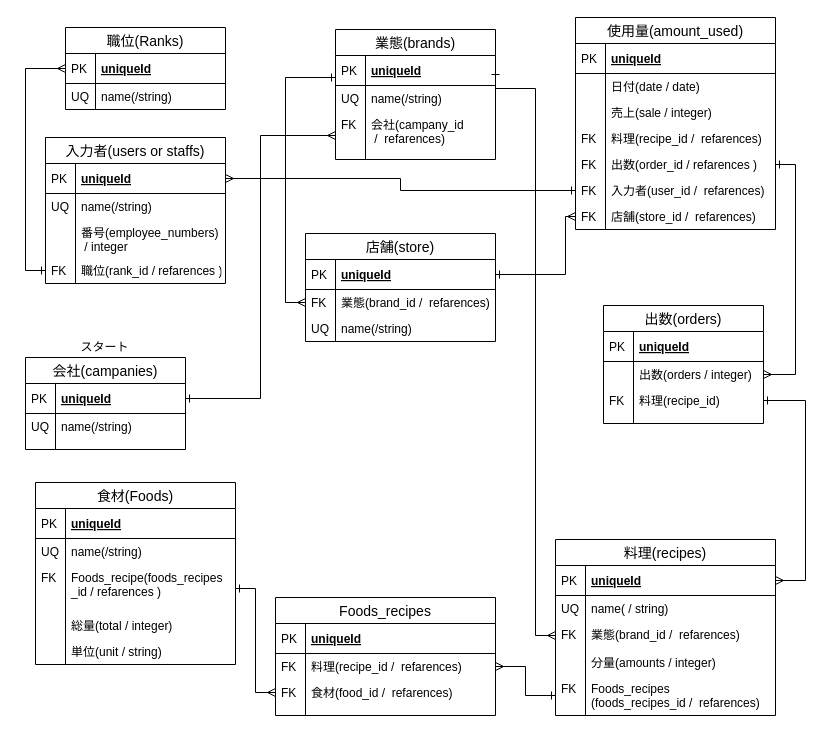
Before: usage.drawio in jinbo-0523/usage_calculation, a draw.io diagram. Source tidied: cells renumbered, new cells numbered last; positions are measured from the earlier drawing's top-left corner, leaving out a move shared by most shapes. Both pictures are drawn from the tidied source at 100%, with x=0, y=0 at pixel (25, 17).
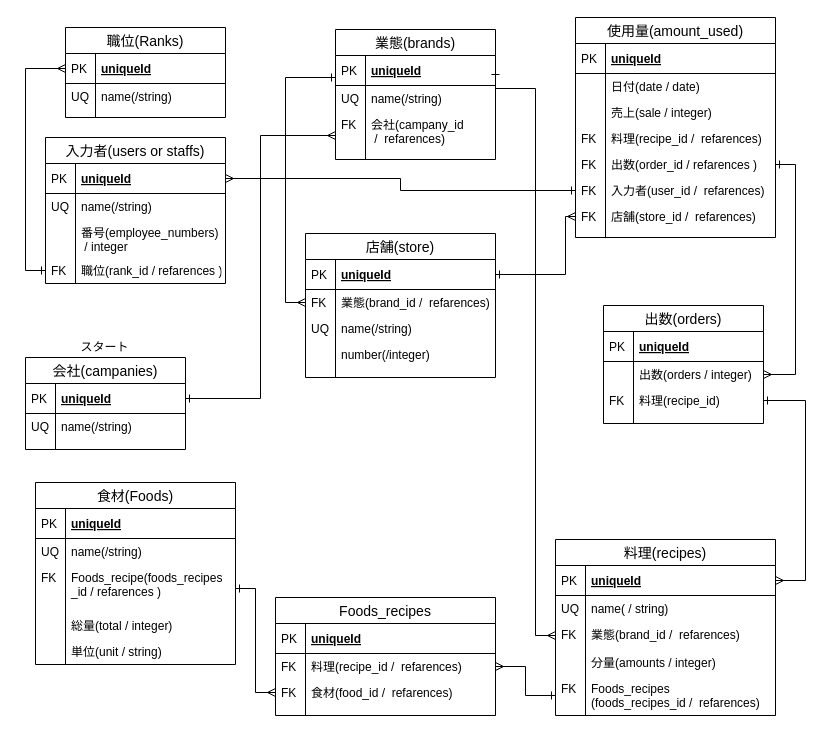
The same diagram, later.

Change to the diagram source:
```diff
@@
     <mxCell id="4" value="店舗(store)" style="swimlane;fontStyle=0;horizontal=1;startSize=26;align=center;fontSize=14;" parent="1" vertex="1">
-      <mxGeometry x="280" y="216" width="190" height="108" as="geometry" />
+      <mxGeometry x="280" y="216" width="190" height="144" as="geometry" />
     </mxCell>
@@
+    <mxCell id="103" value="name(/string)" style="shape=partialRectangle;top=0;left=0;right=0;bottom=0;align=left;verticalAlign=top;fillColor=none;spacingLeft=34;spacingRight=4;overflow=hidden;fontSize=12;" parent="4" vertex="1">
+      <mxGeometry y="82" width="190" height="26" as="geometry" />
+    </mxCell>
+    <mxCell id="104" value="UQ" style="shape=partialRectangle;top=0;left=0;bottom=0;fillColor=none;align=left;verticalAlign=top;spacingLeft=4;spacingRight=4;overflow=hidden;fontSize=12;" parent="103" vertex="1">
+      <mxGeometry width="30" height="26" as="geometry" />
+    </mxCell>
+    <mxCell id="105" value="number(/integer)" style="shape=partialRectangle;top=0;left=0;right=0;bottom=0;align=left;verticalAlign=top;fillColor=none;spacingLeft=34;spacingRight=4;overflow=hidden;fontSize=12;" parent="4" vertex="1">
+      <mxGeometry y="108" width="190" height="26" as="geometry" />
+    </mxCell>
+    <mxCell id="106" style="shape=partialRectangle;top=0;left=0;bottom=0;fillColor=none;align=left;verticalAlign=top;spacingLeft=4;spacingRight=4;overflow=hidden;fontSize=12;" parent="105" vertex="1">
+      <mxGeometry width="30" height="26" as="geometry" />
+    </mxCell>
-    <mxCell id="9" value="name(/string)" style="shape=partialRectangle;top=0;left=0;right=0;bottom=0;align=left;verticalAlign=top;fillColor=none;spacingLeft=34;spacingRight=4;overflow=hidden;fontSize=12;" parent="4" vertex="1">
-      <mxGeometry y="82" width="190" height="26" as="geometry" />
+    <mxCell id="9" style="shape=partialRectangle;top=0;left=0;right=0;bottom=0;align=left;verticalAlign=top;fillColor=none;spacingLeft=34;spacingRight=4;overflow=hidden;fontSize=12;" parent="4" vertex="1">
+      <mxGeometry y="134" width="190" height="10" as="geometry" />
     </mxCell>
-    <mxCell id="10" value="UQ" style="shape=partialRectangle;top=0;left=0;bottom=0;fillColor=none;align=left;verticalAlign=top;spacingLeft=4;spacingRight=4;overflow=hidden;fontSize=12;" parent="9" vertex="1">
-      <mxGeometry width="30" height="26" as="geometry" />
+    <mxCell id="10" style="shape=partialRectangle;top=0;left=0;bottom=0;fillColor=none;align=left;verticalAlign=top;spacingLeft=4;spacingRight=4;overflow=hidden;fontSize=12;" parent="9" vertex="1">
+      <mxGeometry width="30" height="10" as="geometry" />
     </mxCell>
@@
     <mxCell id="15" value="職位(Ranks)" style="swimlane;fontStyle=0;horizontal=1;startSize=26;align=center;fontSize=14;" parent="1" vertex="1">
-      <mxGeometry x="40" y="10" width="160" height="82" as="geometry" />
+      <mxGeometry x="40" y="10" width="160" height="90" as="geometry" />
     </mxCell>
@@
+    <mxCell id="107" style="shape=partialRectangle;top=0;left=0;right=0;bottom=0;align=left;verticalAlign=top;fillColor=none;spacingLeft=34;spacingRight=4;overflow=hidden;fontSize=12;" parent="15" vertex="1">
+      <mxGeometry y="82" width="160" height="8" as="geometry" />
+    </mxCell>
+    <mxCell id="108" style="shape=partialRectangle;top=0;left=0;bottom=0;fillColor=none;align=left;verticalAlign=top;spacingLeft=4;spacingRight=4;overflow=hidden;fontSize=12;" parent="107" vertex="1">
+      <mxGeometry width="30" height="8" as="geometry" />
+    </mxCell>
@@
     <mxCell id="87" value="使用量(amount_used)" style="swimlane;fontStyle=0;horizontal=1;startSize=26;align=center;fontSize=14;" parent="1" vertex="1">
-      <mxGeometry x="550" width="200" height="212" as="geometry" />
+      <mxGeometry x="550" width="200" height="220" as="geometry" />
     </mxCell>
@@
+    <mxCell id="109" style="shape=partialRectangle;top=0;left=0;right=0;bottom=0;align=left;verticalAlign=top;fillColor=none;spacingLeft=34;spacingRight=4;overflow=hidden;fontSize=12;" parent="87" vertex="1">
+      <mxGeometry y="212" width="200" height="8" as="geometry" />
+    </mxCell>
+    <mxCell id="110" style="shape=partialRectangle;top=0;left=0;bottom=0;fillColor=none;align=left;verticalAlign=top;spacingLeft=4;spacingRight=4;overflow=hidden;fontSize=12;" parent="109" vertex="1">
+      <mxGeometry width="30" height="8" as="geometry" />
+    </mxCell>
```
